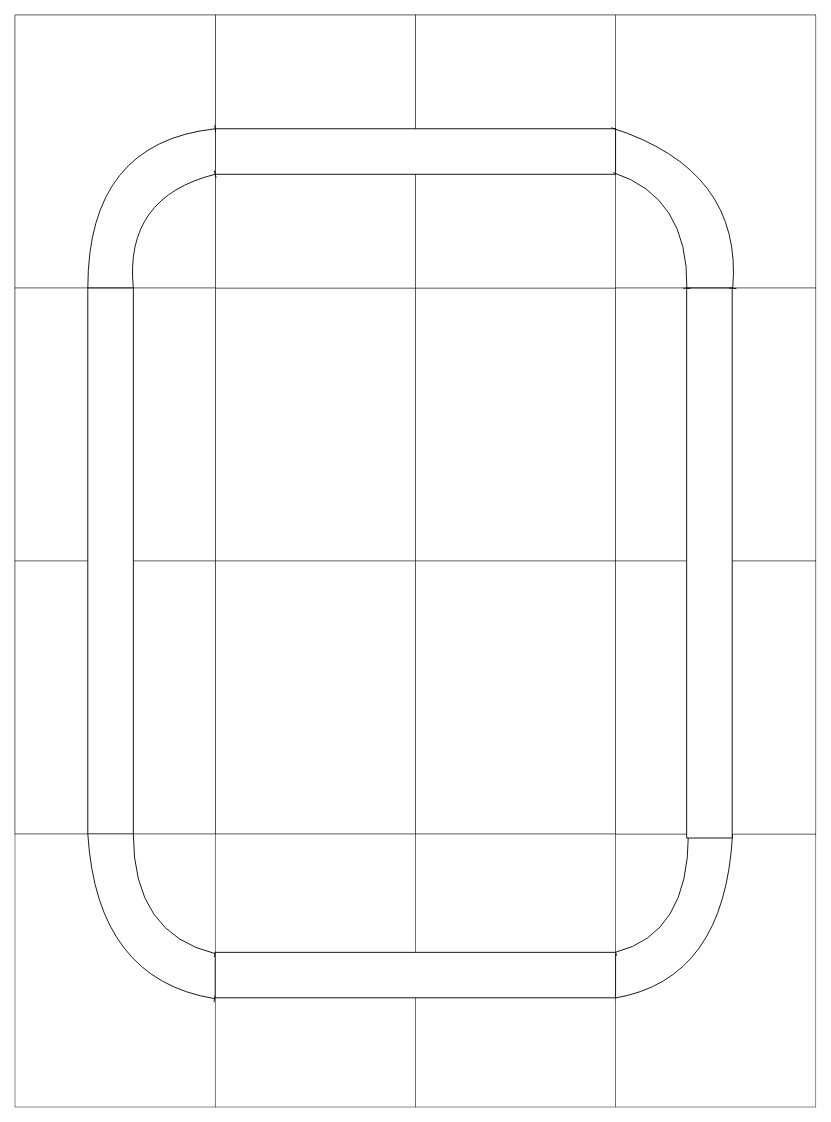
Earlier version of the draw.io diagram RoadMap.drawio (swapnil512/CloudArchitectureDiagrams). Source tidied: cells renumbered, new cells numbered last; positions are measured from the earlier drawing's top-left corner, leaving out a move shared by most shapes. Both pictures are drawn from the tidied source at 91%, with x=0, y=0 at pixel (-163, 15).
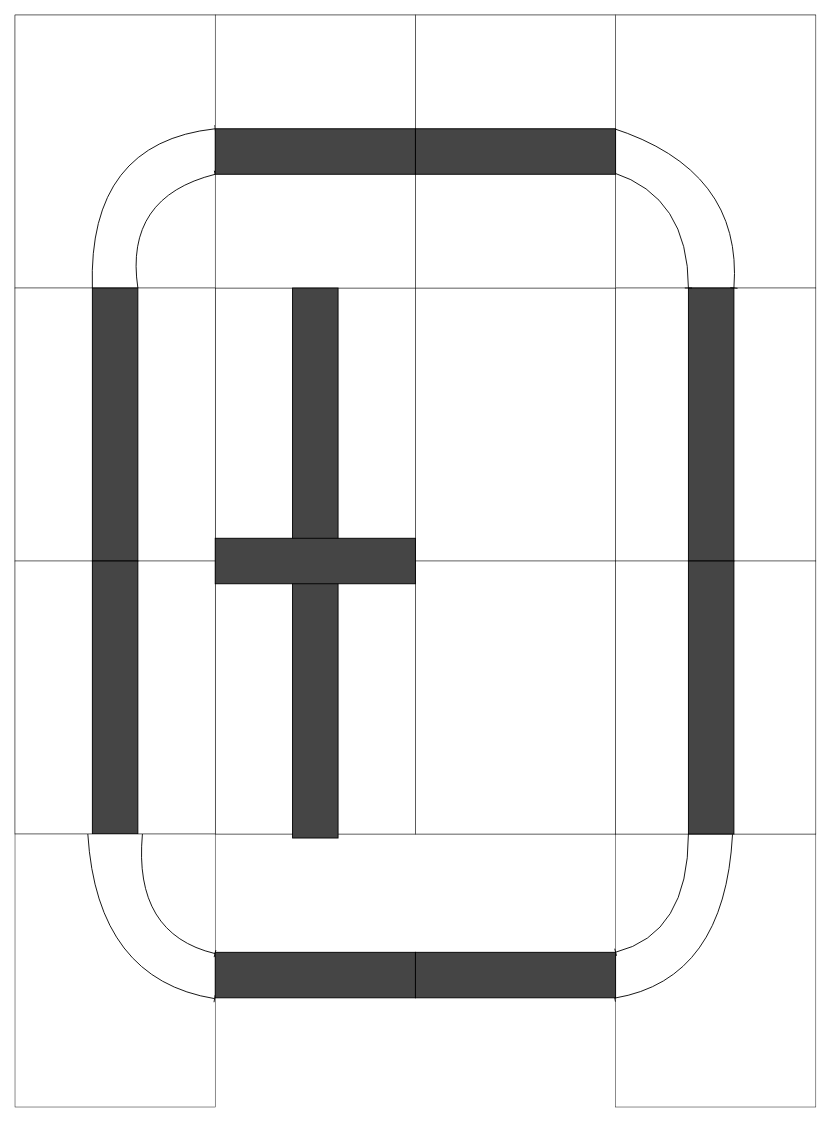
The same diagram, later.

The change refers to these unchanged cells:
```xml
<mxCell id="25" style="rounded=0;whiteSpace=wrap;html=1;strokeWidth=0.5;" parent="24" vertex="1">
  <mxGeometry width="220" height="300" as="geometry" />
</mxCell>
<mxCell id="32" style="group;" parent="1" vertex="1">
  <mxGeometry x="195" y="300" width="220" height="600" as="geometry" />
</mxCell>
<mxCell id="38" style="group;" parent="1" vertex="1">
  <mxGeometry x="195" y="900" width="220" height="300" as="geometry" />
</mxCell>
<mxCell id="39" style="rounded=0;whiteSpace=wrap;html=1;strokeWidth=0.5;" parent="38" vertex="1">
  <mxGeometry width="220" height="300" as="geometry" />
</mxCell>
<mxCell id="46" style="group;" parent="1" vertex="1">
  <mxGeometry x="855" y="300" width="220" height="604.4" as="geometry" />
</mxCell>
<mxCell id="47" style="rounded=0;whiteSpace=wrap;html=1;strokeWidth=0.5;" parent="46" vertex="1">
  <mxGeometry width="220" height="300" as="geometry" />
</mxCell>
```

What changed in the source:
```diff
@@
-    <mxCell id="26" style="group;" parent="1" vertex="1">
-      <mxGeometry x="415" width="440" height="300" as="geometry" />
-    </mxCell>
-    <mxCell id="27" style="rounded=0;whiteSpace=wrap;html=1;strokeWidth=0.5;" parent="26" vertex="1">
-      <mxGeometry x="220" width="220" height="300" as="geometry" />
-    </mxCell>
-    <mxCell id="28" style="rounded=0;whiteSpace=wrap;html=1;strokeWidth=0.5;" parent="26" vertex="1">
-      <mxGeometry width="220" height="300" as="geometry" />
-    </mxCell>
-    <mxCell id="29" style="rounded=0;whiteSpace=wrap;html=1;rotation=0;labelBackgroundColor=#828282;" parent="26" vertex="1">
-      <mxGeometry y="125" width="440" height="50" as="geometry" />
-    </mxCell>
@@
-    <mxCell id="35" style="rounded=0;whiteSpace=wrap;html=1;rotation=90;" parent="32" vertex="1">
-      <mxGeometry x="-195" y="275" width="600" height="50" as="geometry" />
-    </mxCell>
+    <mxCell id="52" style="rounded=0;whiteSpace=wrap;html=1;rotation=0;fillColor=#454545;direction=south;" parent="32" vertex="1">
+      <mxGeometry x="85" width="50" height="300" as="geometry" />
+    </mxCell>
+    <mxCell id="53" style="rounded=0;whiteSpace=wrap;html=1;rotation=0;fillColor=#454545;direction=south;" parent="32" vertex="1">
+      <mxGeometry x="85" y="300" width="50" height="300" as="geometry" />
+    </mxCell>
-    <mxCell id="36" style="curved=1;endArrow=baseDash;html=1;rounded=1;entryX=0;entryY=1;entryDx=0;entryDy=0;exitX=0;exitY=0;exitDx=0;exitDy=0;endFill=0;" parent="1" edge="1" source="35" target="29">
+    <mxCell id="36" style="curved=1;endArrow=baseDash;html=1;rounded=1;entryX=0;entryY=1;entryDx=0;entryDy=0;exitX=0;exitY=0;exitDx=0;exitDy=0;endFill=0;" parent="1" edge="1" source="52">
       <mxGeometry relative="1" as="geometry">
+        <mxPoint x="415" y="175" as="targetPoint" />
         <Array as="points">
           <mxPoint x="315" y="200" />
         </Array>
       </mxGeometry>
     </mxCell>
-    <mxCell id="37" style="curved=1;endArrow=baseDash;html=1;rounded=1;entryX=0;entryY=0;entryDx=0;entryDy=0;exitX=0;exitY=1;exitDx=0;exitDy=0;endFill=0;" parent="1" edge="1" source="35" target="29">
+    <mxCell id="37" style="curved=1;endArrow=baseDash;html=1;rounded=1;entryX=0;entryY=0;entryDx=0;entryDy=0;exitX=0;exitY=1;exitDx=0;exitDy=0;endFill=0;" parent="1" edge="1" source="52">
       <mxGeometry relative="1" as="geometry">
+        <mxPoint x="415" y="125" as="targetPoint" />
         <Array as="points">
           <mxPoint x="275" y="140" />
         </Array>
       </mxGeometry>
     </mxCell>
@@
     <mxCell id="40" style="curved=1;endArrow=baseDash;html=1;rounded=1;entryX=0.999;entryY=0.438;entryDx=0;entryDy=0;endFill=0;entryPerimeter=0;" parent="38" edge="1" target="39">
       <mxGeometry relative="1" as="geometry">
-        <mxPoint x="130" as="sourcePoint" />
+        <mxPoint x="140" as="sourcePoint" />
         <Array as="points">
           <mxPoint x="130" y="110" />
         </Array>
       </mxGeometry>
     </mxCell>
@@
-    <mxCell id="42" style="group;" parent="1" vertex="1">
-      <mxGeometry x="415" y="900" width="440" height="300" as="geometry" />
-    </mxCell>
-    <mxCell id="43" style="rounded=0;whiteSpace=wrap;html=1;strokeWidth=0.5;" parent="42" vertex="1">
-      <mxGeometry width="220" height="300" as="geometry" />
-    </mxCell>
-    <mxCell id="44" style="rounded=0;whiteSpace=wrap;html=1;strokeWidth=0.5;" parent="42" vertex="1">
-      <mxGeometry x="220" width="220" height="300" as="geometry" />
-    </mxCell>
-    <mxCell id="45" style="rounded=0;whiteSpace=wrap;html=1;rotation=0;" parent="42" vertex="1">
-      <mxGeometry y="130" width="440" height="50" as="geometry" />
-    </mxCell>
@@
-    <mxCell id="49" style="rounded=0;whiteSpace=wrap;html=1;rotation=90;" parent="46" vertex="1">
-      <mxGeometry x="-199.1" y="277.2" width="604.4" height="50" as="geometry" />
-    </mxCell>
+    <mxCell id="54" style="rounded=0;whiteSpace=wrap;html=1;rotation=0;fillColor=#454545;direction=south;" parent="46" vertex="1">
+      <mxGeometry x="80" width="50" height="300" as="geometry" />
+    </mxCell>
+    <mxCell id="55" style="rounded=0;whiteSpace=wrap;html=1;rotation=0;fillColor=#454545;direction=south;" parent="46" vertex="1">
+      <mxGeometry x="80" y="300" width="50" height="300" as="geometry" />
+    </mxCell>
-    <mxCell id="50" style="curved=1;endArrow=baseDash;html=1;rounded=1;entryX=0.356;entryY=0.001;entryDx=0;entryDy=0;exitX=-0.012;exitY=0.577;exitDx=0;exitDy=0;endFill=0;exitPerimeter=0;entryPerimeter=0;" parent="1" edge="1" source="25" target="47">
+    <mxCell id="50" style="curved=1;endArrow=baseDash;html=1;rounded=1;entryX=0;entryY=1;entryDx=0;entryDy=0;exitX=-0.012;exitY=0.577;exitDx=0;exitDy=0;endFill=0;exitPerimeter=0;" parent="1" edge="1" source="25" target="54">
       <mxGeometry relative="1" as="geometry">
         <Array as="points">
           <mxPoint x="935" y="200" />
         </Array>
       </mxGeometry>
     </mxCell>
-    <mxCell id="51" style="curved=1;endArrow=baseDash;html=1;rounded=1;entryX=0.585;entryY=0.001;entryDx=0;entryDy=0;exitX=-0.021;exitY=0.413;exitDx=0;exitDy=0;endFill=0;exitPerimeter=0;entryPerimeter=0;" parent="1" edge="1" source="25" target="47">
+    <mxCell id="51" style="curved=1;endArrow=baseDash;html=1;rounded=1;entryX=0;entryY=0;entryDx=0;entryDy=0;exitX=-0.021;exitY=0.413;exitDx=0;exitDy=0;endFill=0;exitPerimeter=0;" parent="1" edge="1" source="25" target="54">
       <mxGeometry relative="1" as="geometry">
         <Array as="points">
           <mxPoint x="995" y="170" />
         </Array>
       </mxGeometry>
     </mxCell>
+    <mxCell id="27" style="rounded=0;whiteSpace=wrap;html=1;strokeWidth=0.5;" parent="1" vertex="1">
+      <mxGeometry x="635" width="220" height="300" as="geometry" />
+    </mxCell>
+    <mxCell id="28" style="rounded=0;whiteSpace=wrap;html=1;strokeWidth=0.5;" parent="1" vertex="1">
+      <mxGeometry x="415" width="220" height="300" as="geometry" />
+    </mxCell>
+    <mxCell id="56" style="rounded=0;whiteSpace=wrap;html=1;rotation=90;fillColor=#454545;" parent="1" vertex="1">
+      <mxGeometry x="222.8" y="577.2" width="604.4" height="50" as="geometry" />
+    </mxCell>
+    <mxCell id="57" style="rounded=0;whiteSpace=wrap;html=1;rotation=0;fillColor=#454545;" parent="1" vertex="1">
+      <mxGeometry x="415" y="575" width="220" height="50" as="geometry" />
+    </mxCell>
+    <mxCell id="58" style="rounded=0;whiteSpace=wrap;html=1;rotation=0;fillColor=#454545;" parent="1" vertex="1">
+      <mxGeometry x="415" y="125" width="220" height="50" as="geometry" />
+    </mxCell>
+    <mxCell id="59" style="rounded=0;whiteSpace=wrap;html=1;rotation=0;fillColor=#454545;" parent="1" vertex="1">
+      <mxGeometry x="635" y="125" width="220" height="50" as="geometry" />
+    </mxCell>
+    <mxCell id="60" style="rounded=0;whiteSpace=wrap;html=1;rotation=0;fillColor=#454545;" parent="1" vertex="1">
+      <mxGeometry x="415" y="1030" width="220" height="50" as="geometry" />
+    </mxCell>
+    <mxCell id="61" style="rounded=0;whiteSpace=wrap;html=1;rotation=0;fillColor=#454545;" parent="1" vertex="1">
+      <mxGeometry x="635" y="1030" width="220" height="50" as="geometry" />
+    </mxCell>
```
